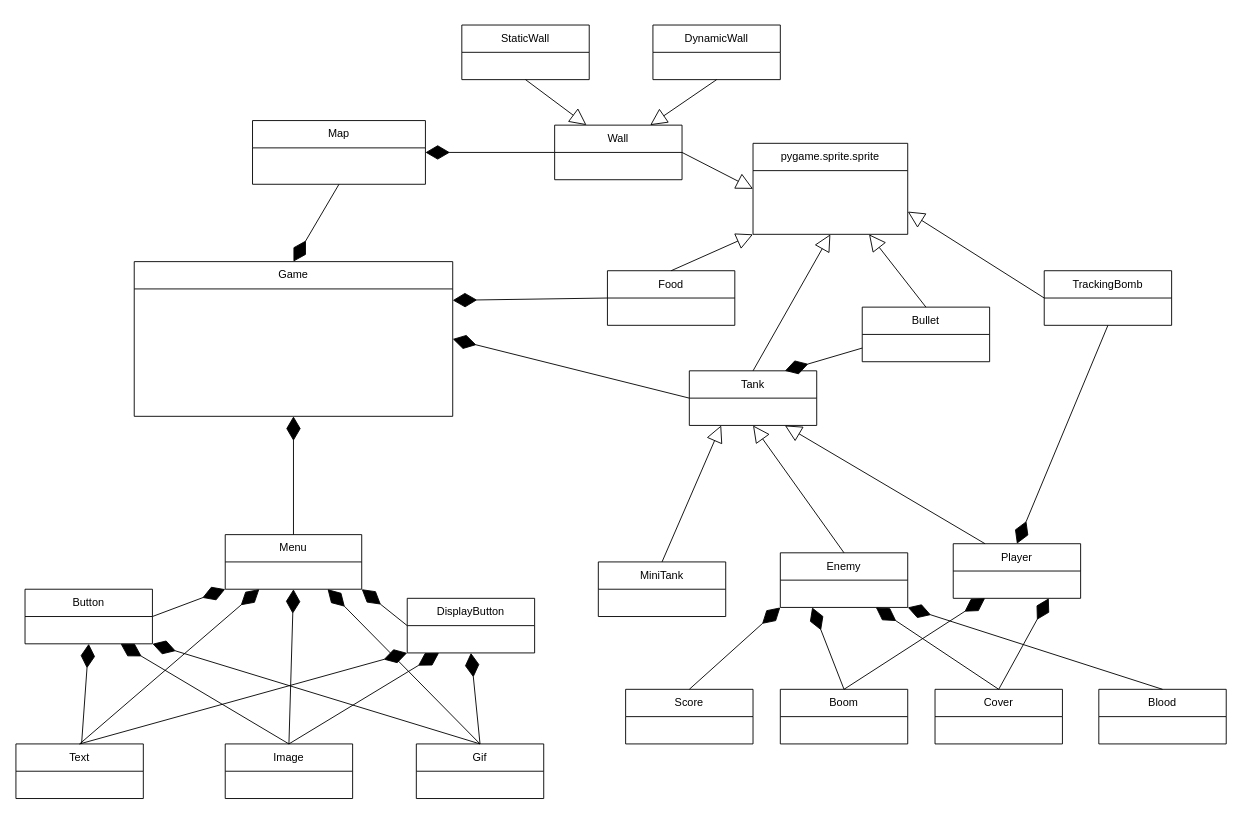
The draw.io diagram 坦克大战架构图2.drawio in shinejjy/Flow-Chart, before the edit. Source tidied: cells renumbered, new cells numbered last; positions are measured from the earlier drawing's top-left corner, leaving out a move shared by most shapes. Both pictures are drawn from the tidied source at 91%, with x=0, y=0 at pixel (15, 25).
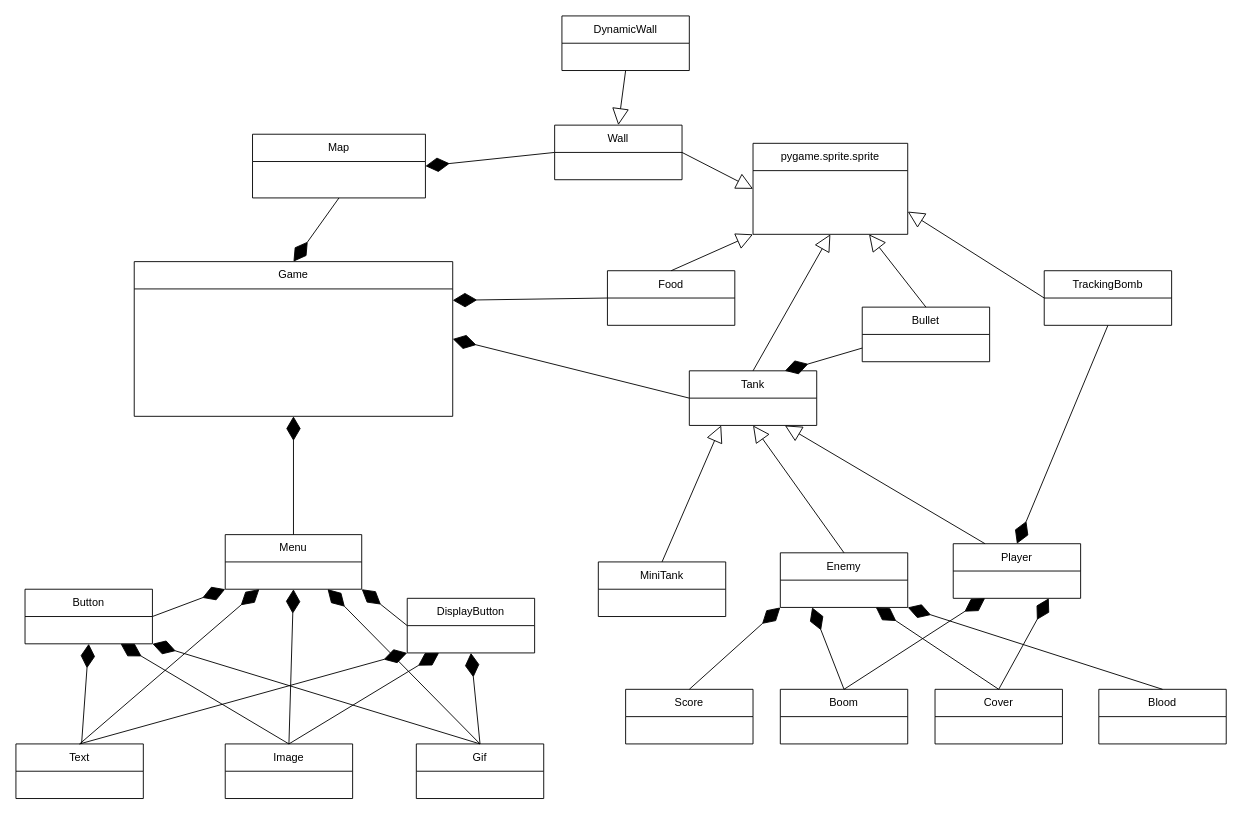
Above is the later version.

Commit message:
更新坦克大战架构图2.drawio

Unchanged cells that the change refers to:
```xml
<mxCell id="16" value="Wall" style="swimlane;fontStyle=0;horizontal=1;startSize=30;whiteSpace=wrap;html=1;" parent="1" vertex="1">
  <mxGeometry x="592" y="110" width="140" height="60" as="geometry" />
</mxCell>
```

Diff of the diagram source:
```diff
@@
-    <mxCell id="31" value="StaticWall" style="swimlane;fontStyle=0;horizontal=1;startSize=30;whiteSpace=wrap;html=1;" parent="1" vertex="1">
-      <mxGeometry x="490" width="140" height="60" as="geometry" />
-    </mxCell>
     <mxCell id="32" value="DynamicWall" style="swimlane;fontStyle=0;horizontal=1;startSize=30;whiteSpace=wrap;html=1;" parent="1" vertex="1">
-      <mxGeometry x="700" width="140" height="60" as="geometry" />
+      <mxGeometry x="600" y="-10" width="140" height="60" as="geometry" />
     </mxCell>
-    <mxCell id="33" style="endArrow=block;endSize=16;endFill=0;html=1;rounded=0;exitX=0.5;exitY=1;exitDx=0;exitDy=0;entryX=0.75;entryY=0;entryDx=0;entryDy=0;" parent="1" edge="1" source="32" target="16">
+    <mxCell id="33" style="endArrow=block;endSize=16;endFill=0;html=1;rounded=0;exitX=0.5;exitY=1;exitDx=0;exitDy=0;entryX=0.5;entryY=0;entryDx=0;entryDy=0;" parent="1" edge="1" source="32" target="16">
       <mxGeometry relative="1" as="geometry" />
     </mxCell>
-    <mxCell id="34" style="endArrow=block;endSize=16;endFill=0;html=1;rounded=0;exitX=0.5;exitY=1;exitDx=0;exitDy=0;entryX=0.25;entryY=0;entryDx=0;entryDy=0;" parent="1" edge="1" source="31" target="16">
-      <mxGeometry relative="1" as="geometry" />
-    </mxCell>
     <mxCell id="35" value="Map" style="swimlane;fontStyle=0;horizontal=1;startSize=30;whiteSpace=wrap;html=1;" parent="1" vertex="1">
-      <mxGeometry x="260" y="105" width="190" height="70" as="geometry" />
+      <mxGeometry x="260" y="120" width="190" height="70" as="geometry" />
     </mxCell>
```
